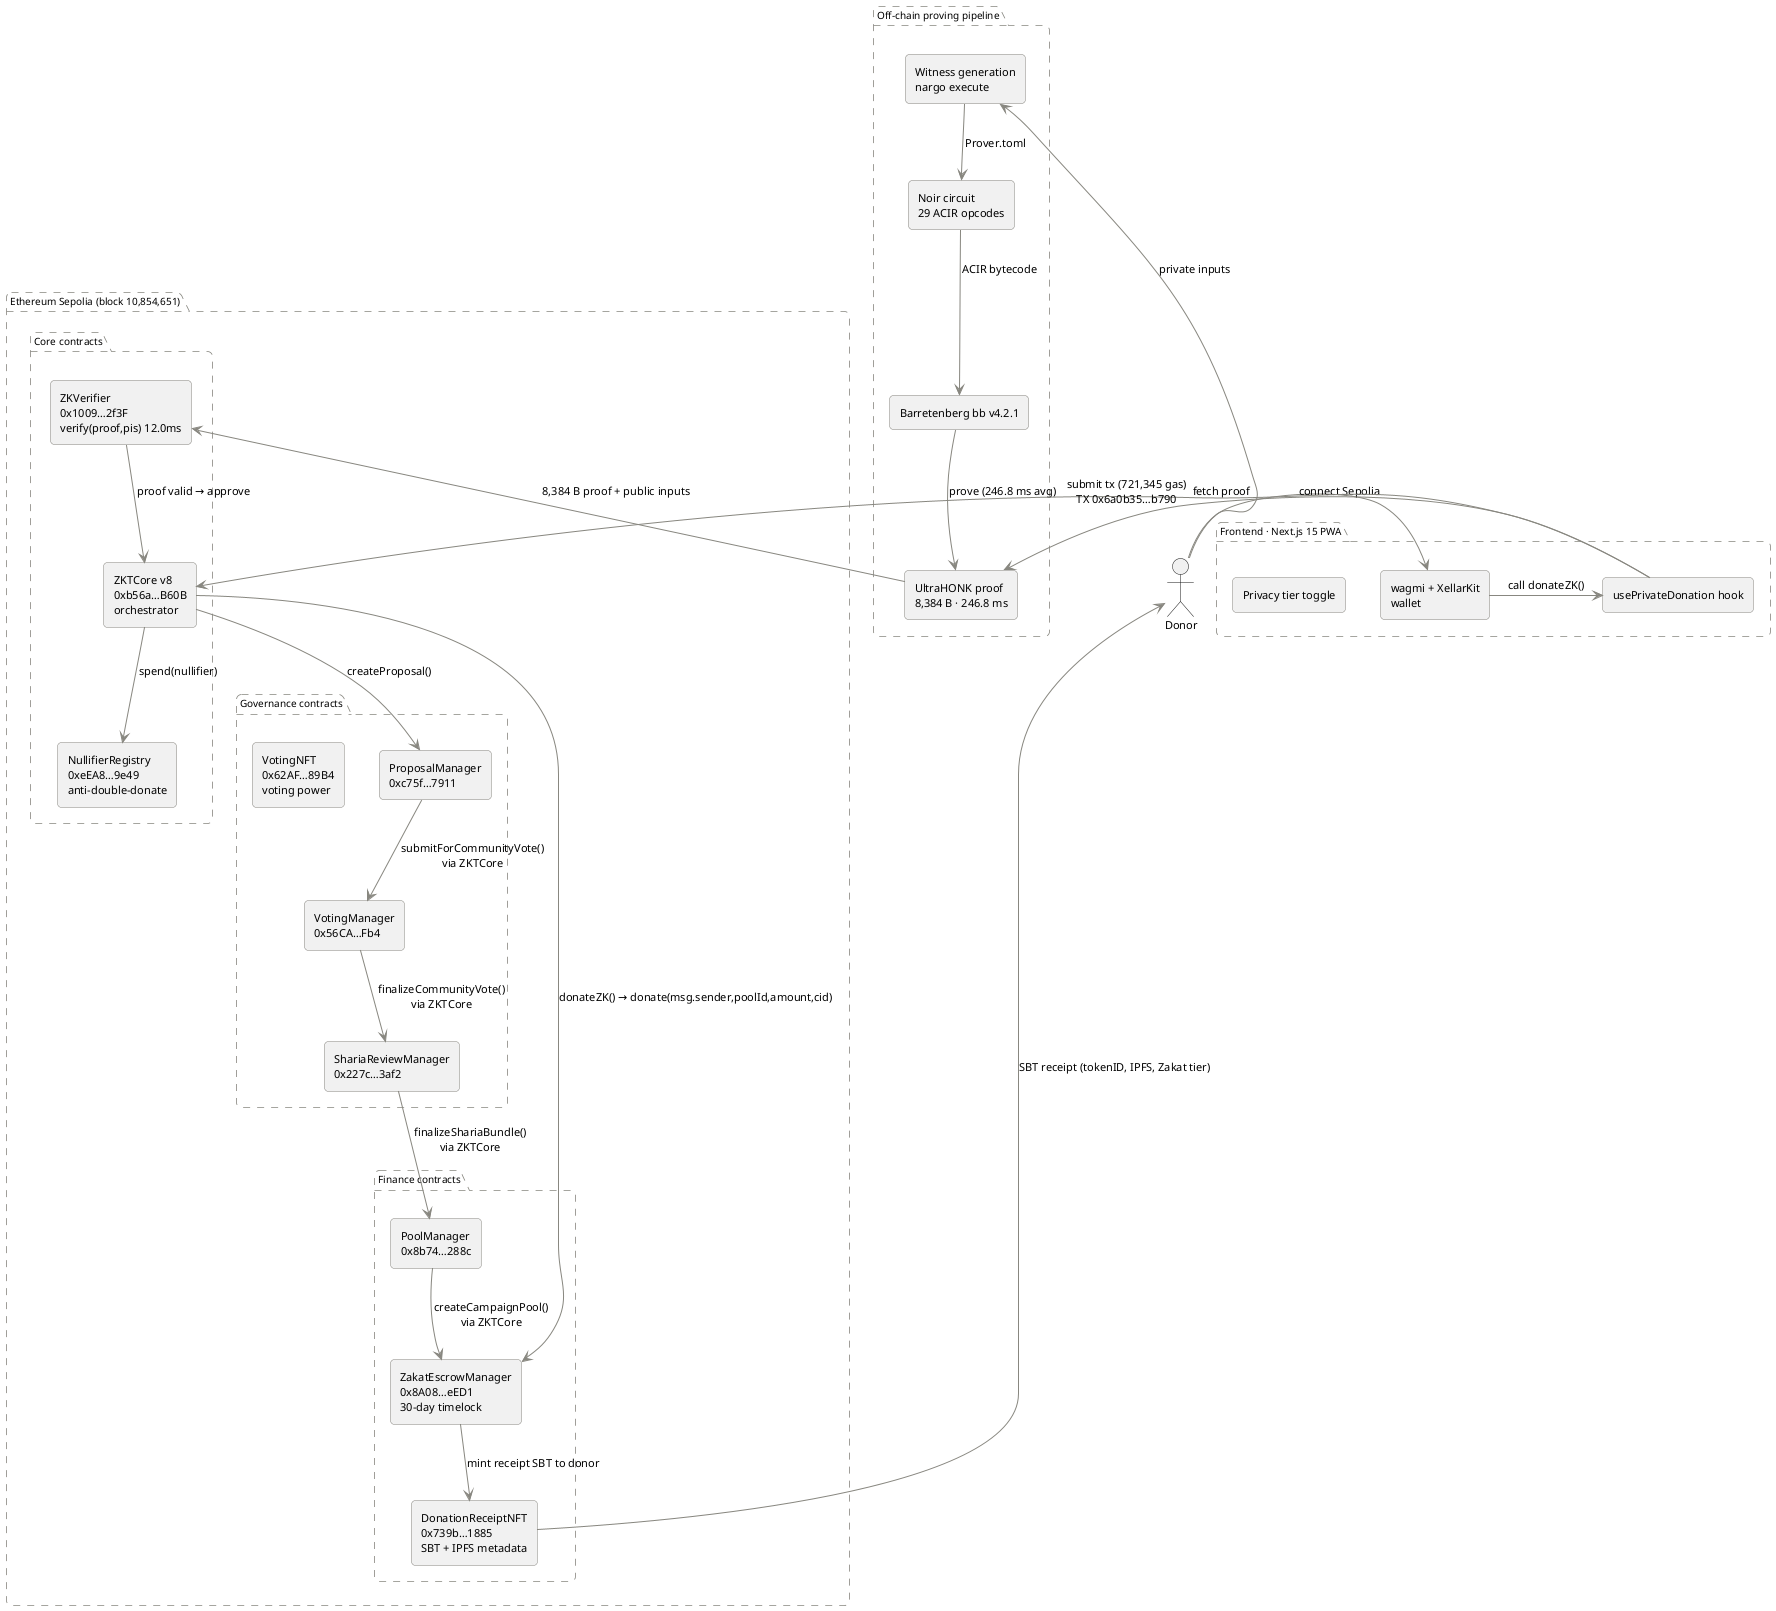
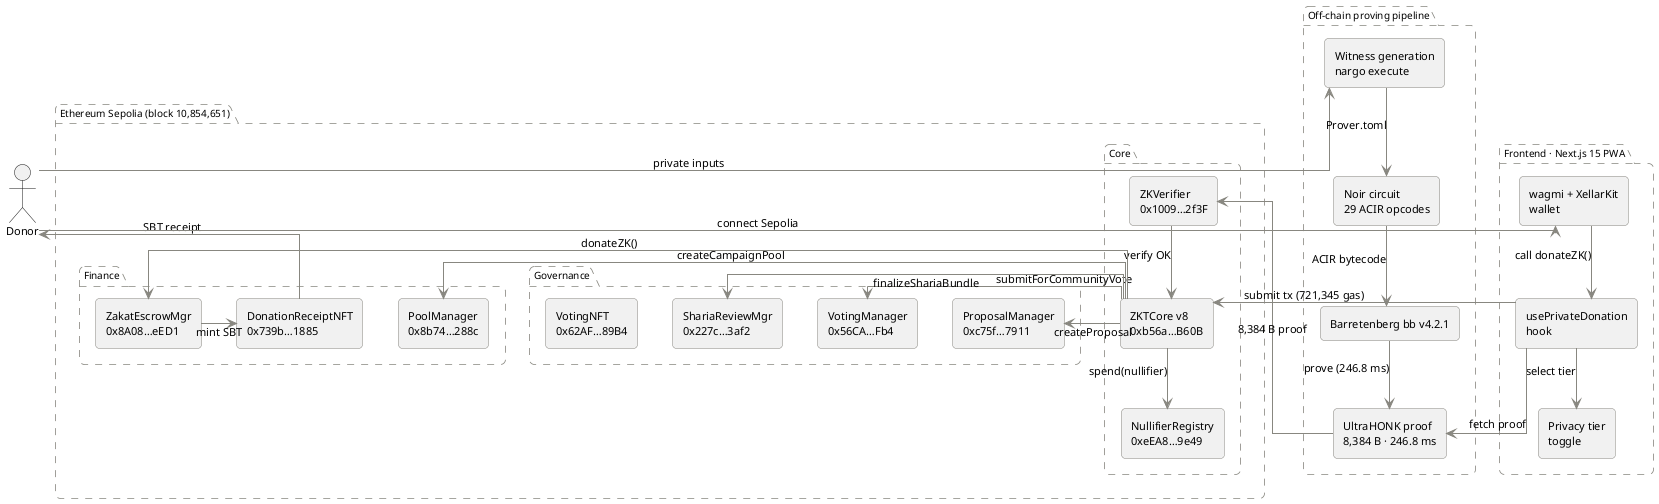
@startuml
skinparam backgroundColor transparent
skinparam shadowing false
skinparam defaultFontName Arial
skinparam defaultFontSize 11
skinparam ArrowColor #888780
skinparam ArrowThickness 1
+ skinparam linetype ortho

skinparam rectangle {
  BorderColor #888780
  BorderThickness 0.5
  RoundCorner 8
}

skinparam package {
  BorderColor #888780
  BorderThickness 0.8
  BorderStyle dashed
  RoundCorner 10
  FontStyle plain
  FontSize 10
}

- skinparam component {
-   BorderColor #888780
-   BorderThickness 0.5
-   RoundCorner 6
-   FontSize 10
- }
- 
actor Donor

- ' ── Off-chain proving pipeline ──
+ ' ── Left column: Off-chain ──
package "Off-chain proving pipeline" {
  rectangle "Witness generation\nnargo execute" as Witness
  rectangle "Noir circuit\n29 ACIR opcodes" as Circuit
  rectangle "Barretenberg bb v4.2.1" as BB
  rectangle "UltraHONK proof\n8,384 B · 246.8 ms" as Proof
}

- ' ── Ethereum Sepolia ──
+ ' ── Middle column: On-chain ──
package "Ethereum Sepolia (block 10,854,651)" {

-   package "Core contracts" {
-     rectangle "ZKVerifier\n0x1009…2f3F\nverify(proof,pis) 12.0ms" as Verifier
-     rectangle "ZKTCore v8\n0xb56a…B60B\norchestrator" as ZKTCore
-     rectangle "NullifierRegistry\n0xeEA8…9e49\nanti-double-donate" as Nullifier
+   package "Core" {
+     rectangle "ZKVerifier\n0x1009…2f3F" as Verifier
+     rectangle "ZKTCore v8\n0xb56a…B60B" as ZKTCore
+     rectangle "NullifierRegistry\n0xeEA8…9e49" as Nullifier
  }

-   package "Governance contracts" {
+   package "Governance" {
    rectangle "ProposalManager\n0xc75f…7911" as PropMgr
    rectangle "VotingManager\n0x56CA…Fb4" as VoteMgr
-     rectangle "VotingNFT\n0x62AF…89B4\nvoting power" as VNFT
-     rectangle "ShariaReviewManager\n0x227c…3af2" as ShariaMgr
+     rectangle "VotingNFT\n0x62AF…89B4" as VNFT
+     rectangle "ShariaReviewMgr\n0x227c…3af2" as ShariaMgr
  }

-   package "Finance contracts" {
+   package "Finance" {
    rectangle "PoolManager\n0x8b74…288c" as PoolMgr
-     rectangle "ZakatEscrowManager\n0x8A08…eED1\n30-day timelock" as Escrow
-     rectangle "DonationReceiptNFT\n0x739b…1885\nSBT + IPFS metadata" as NFT
+     rectangle "ZakatEscrowMgr\n0x8A08…eED1" as Escrow
+     rectangle "DonationReceiptNFT\n0x739b…1885" as NFT
  }
}

- ' ── Frontend ──
+ ' ── Right column: Frontend ──
package "Frontend · Next.js 15 PWA" {
  rectangle "wagmi + XellarKit\nwallet" as Wallet
-   rectangle "usePrivateDonation hook" as Hook
-   rectangle "Privacy tier toggle" as Toggle
+   rectangle "usePrivateDonation\nhook" as Hook
+   rectangle "Privacy tier\ntoggle" as Toggle
}

- ' ── Off-chain flow ──
- Donor     --> Witness  : private inputs
- Witness   --> Circuit  : Prover.toml
- Circuit   --> BB       : ACIR bytecode
- BB        --> Proof    : prove (246.8 ms avg)
+ ' ── Off-chain flow (left, vertical) ──
+ Donor   -down-> Witness : private inputs
+ Witness -down-> Circuit : Prover.toml
+ Circuit -down-> BB      : ACIR bytecode
+ BB      -down-> Proof   : prove (246.8 ms)

- ' ── On-chain flow ──
- Proof     --> Verifier  : 8,384 B proof + public inputs
- Verifier  --> ZKTCore   : proof valid → approve
- ZKTCore   --> Nullifier : spend(nullifier)
- ZKTCore   --> PropMgr   : createProposal()
- PropMgr   --> VoteMgr   : submitForCommunityVote()\nvia ZKTCore
- VoteMgr   --> ShariaMgr : finalizeCommunityVote()\nvia ZKTCore
- ShariaMgr --> PoolMgr   : finalizeShariaBundle()\nvia ZKTCore
- PoolMgr   --> Escrow    : createCampaignPool()\nvia ZKTCore
- ZKTCore   --> Escrow    : donateZK() → donate(msg.sender,poolId,amount,cid)
- Escrow    --> NFT       : mint receipt SBT to donor
- NFT       --> Donor     : SBT receipt (tokenID, IPFS, Zakat tier)
+ ' ── Proof → Verifier (cross) ──
+ Proof   -right-> Verifier : 8,384 B proof

- ' ── Frontend flow ──
- Donor  -> Wallet  : connect Sepolia
- Wallet -> Hook    : call donateZK()
- Hook   -> Proof   : fetch proof
- Hook   -> ZKTCore : submit tx (721,345 gas)\nTX 0x6a0b35…b790
+ ' ── On-chain: Verifier → ZKTCore → Nullifier ──
+ Verifier -down-> ZKTCore   : verify OK
+ ZKTCore  -down-> Nullifier : spend(nullifier)
+ 
+ ' ── Governance flow: ZKTCore orchestrates rightward ──
+ ZKTCore  -right-> PropMgr   : createProposal
+ ZKTCore  -right-> VoteMgr   : submitForCommunityVote
+ ZKTCore  -right-> ShariaMgr : finalizeShariaBundle
+ ZKTCore  -right-> PoolMgr   : createCampaignPool
+ ZKTCore  -right-> Escrow    : donateZK()
+ 
+ ' ── Escrow → NFT → Donor ──
+ Escrow   -right-> NFT    : mint SBT
+ NFT      -right-> Donor  : SBT receipt
+ 
+ ' ── Frontend flow (right) ──
+ Donor    -right-> Wallet : connect Sepolia
+ Wallet   -down-> Hook    : call donateZK()
+ Hook     -down-> Toggle  : select tier
+ Hook     -down-> Proof   : fetch proof
+ Hook     -right-> ZKTCore : submit tx (721,345 gas)

@enduml